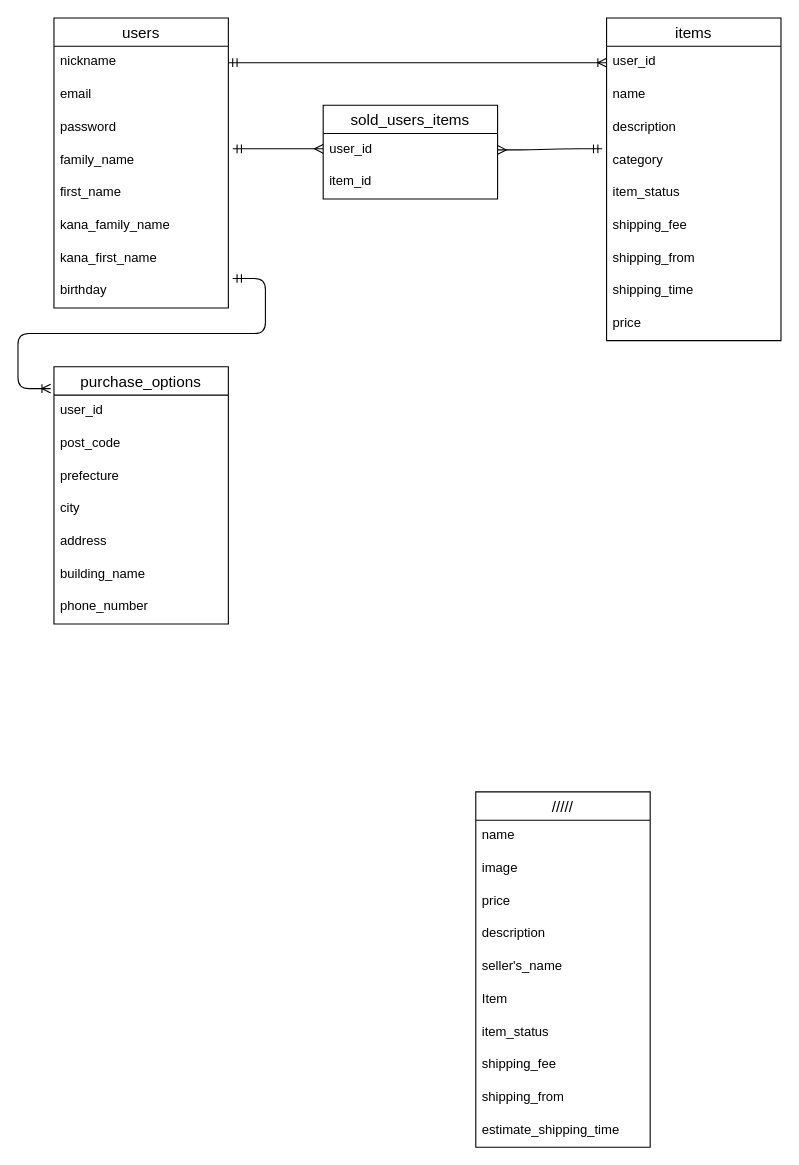
Above: ER.dio in strawberygirl/furima-35400 (draw.io), before the change. Source tidied: cells renumbered, new cells numbered last; positions are measured from the earlier drawing's top-left corner, leaving out a move shared by most shapes. Both pictures are drawn from the tidied source at 109%, with x=0, y=0 at pixel (50, 17).
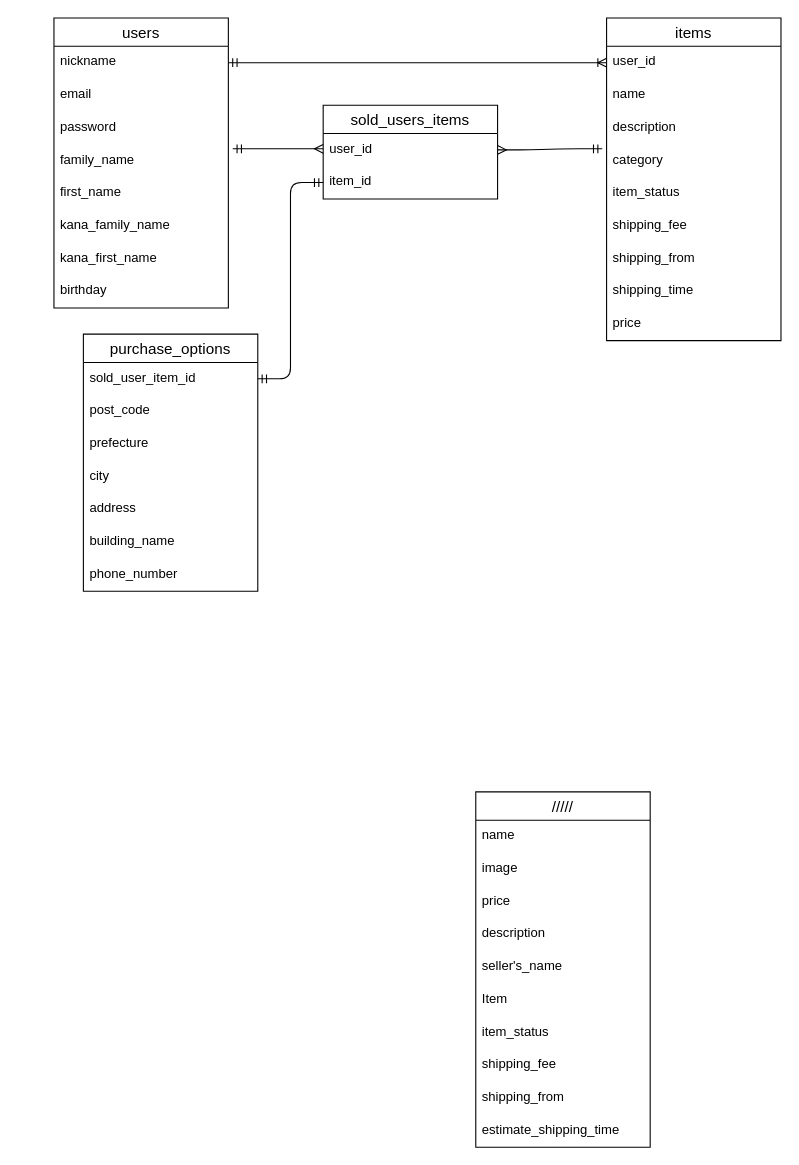
After the change.

Commit message (it also covers changes not shown here):
データベース設計_update_#3

Unchanged cells that the change refers to:
```xml
<mxCell id="10" value="birthday" style="text;strokeColor=none;fillColor=none;spacingLeft=4;spacingRight=4;overflow=hidden;points=[[0,0.5],[1,0.5]];portConstraint=eastwest;fontSize=12;align=left;" parent="2" vertex="1">
  <mxGeometry y="236" width="160" height="30" as="geometry" />
</mxCell>
<mxCell id="44" value="item_id" style="text;strokeColor=none;fillColor=none;spacingLeft=4;spacingRight=4;overflow=hidden;points=[[0,0.5],[1,0.5]];portConstraint=eastwest;fontSize=12;" parent="42" vertex="1">
  <mxGeometry y="56" width="160" height="30" as="geometry" />
</mxCell>
```

The edit, as a diff of the source:
```diff
@@
     <mxCell id="33" value="purchase_options" style="swimlane;fontStyle=0;horizontal=1;startSize=26;align=center;fontSize=14;" parent="1" vertex="1">
-      <mxGeometry x="3" y="320" width="160" height="236" as="geometry" />
+      <mxGeometry x="30" y="290" width="160" height="236" as="geometry" />
     </mxCell>
-    <mxCell id="34" value="user_id" style="text;strokeColor=none;fillColor=none;spacingLeft=4;spacingRight=4;overflow=hidden;points=[[0,0.5],[1,0.5]];portConstraint=eastwest;fontSize=12;" parent="33" vertex="1">
+    <mxCell id="34" value="sold_user_item_id" style="text;strokeColor=none;fillColor=none;spacingLeft=4;spacingRight=4;overflow=hidden;points=[[0,0.5],[1,0.5]];portConstraint=eastwest;fontSize=12;" parent="33" vertex="1">
       <mxGeometry y="26" width="160" height="30" as="geometry" />
     </mxCell>
@@
-    <mxCell id="41" style="edgeStyle=entityRelationEdgeStyle;fontSize=12;html=1;endArrow=ERoneToMany;startArrow=ERmandOne;strokeWidth=1;exitX=1.025;exitY=0.1;exitDx=0;exitDy=0;exitPerimeter=0;" parent="1" edge="1" source="10">
-      <mxGeometry relative="1" as="geometry">
-        <mxPoint y="340" as="targetPoint" />
-      </mxGeometry>
-    </mxCell>
@@
+    <mxCell id="47" style="edgeStyle=entityRelationEdgeStyle;fontSize=12;html=1;endArrow=ERmandOne;startArrow=ERmandOne;strokeWidth=1;entryX=0;entryY=0.5;entryDx=0;entryDy=0;exitX=1;exitY=0.5;exitDx=0;exitDy=0;" parent="1" edge="1" source="34" target="44">
+      <mxGeometry relative="1" as="geometry" />
+    </mxCell>
```
